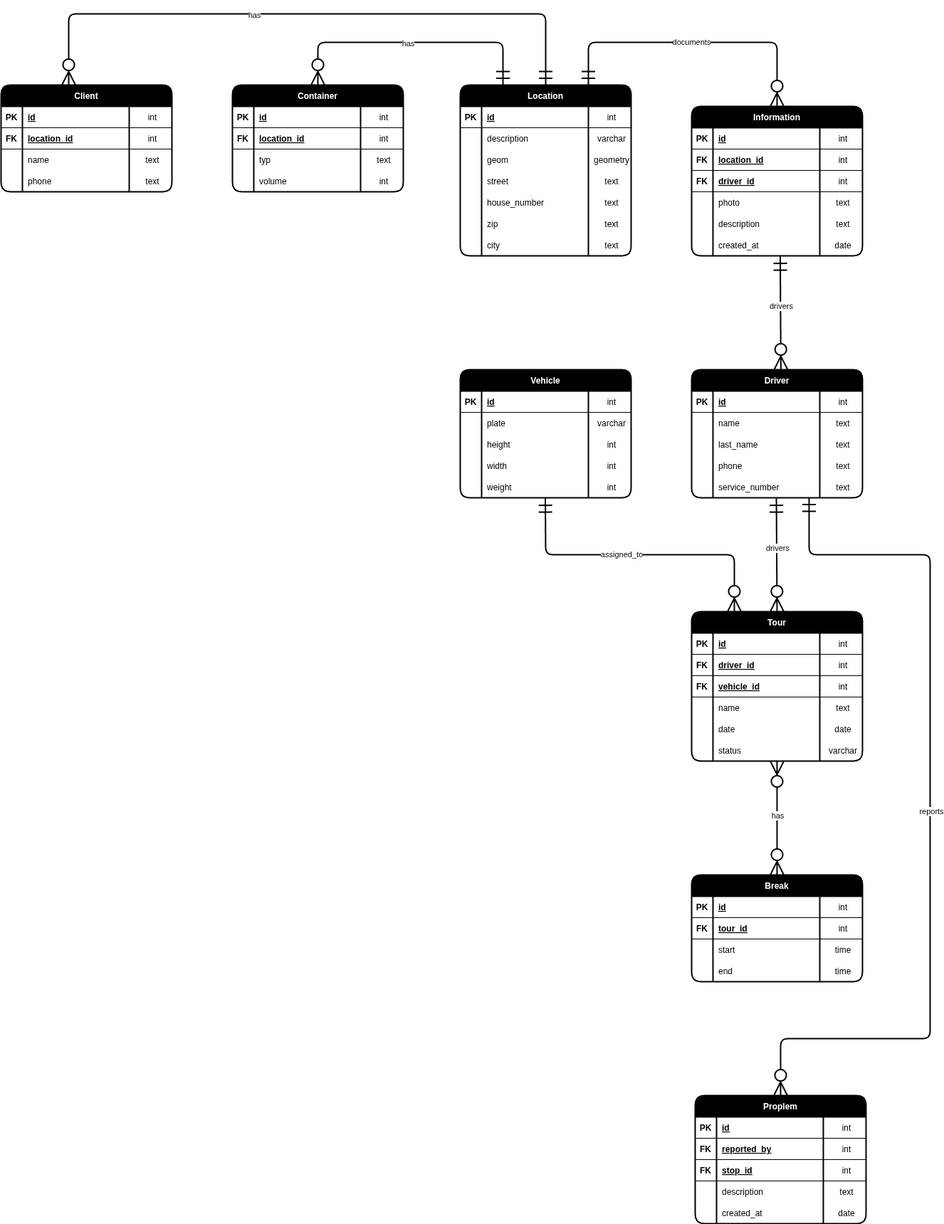
Before: docs/database/erd.drawio.png, a diagram exported from draw.io (gabrielbindi/VoBi-Tour). Source tidied: cells renumbered, new cells last; positions are measured from the earlier drawing's top-left corner, leaving out a move shared by most shapes.
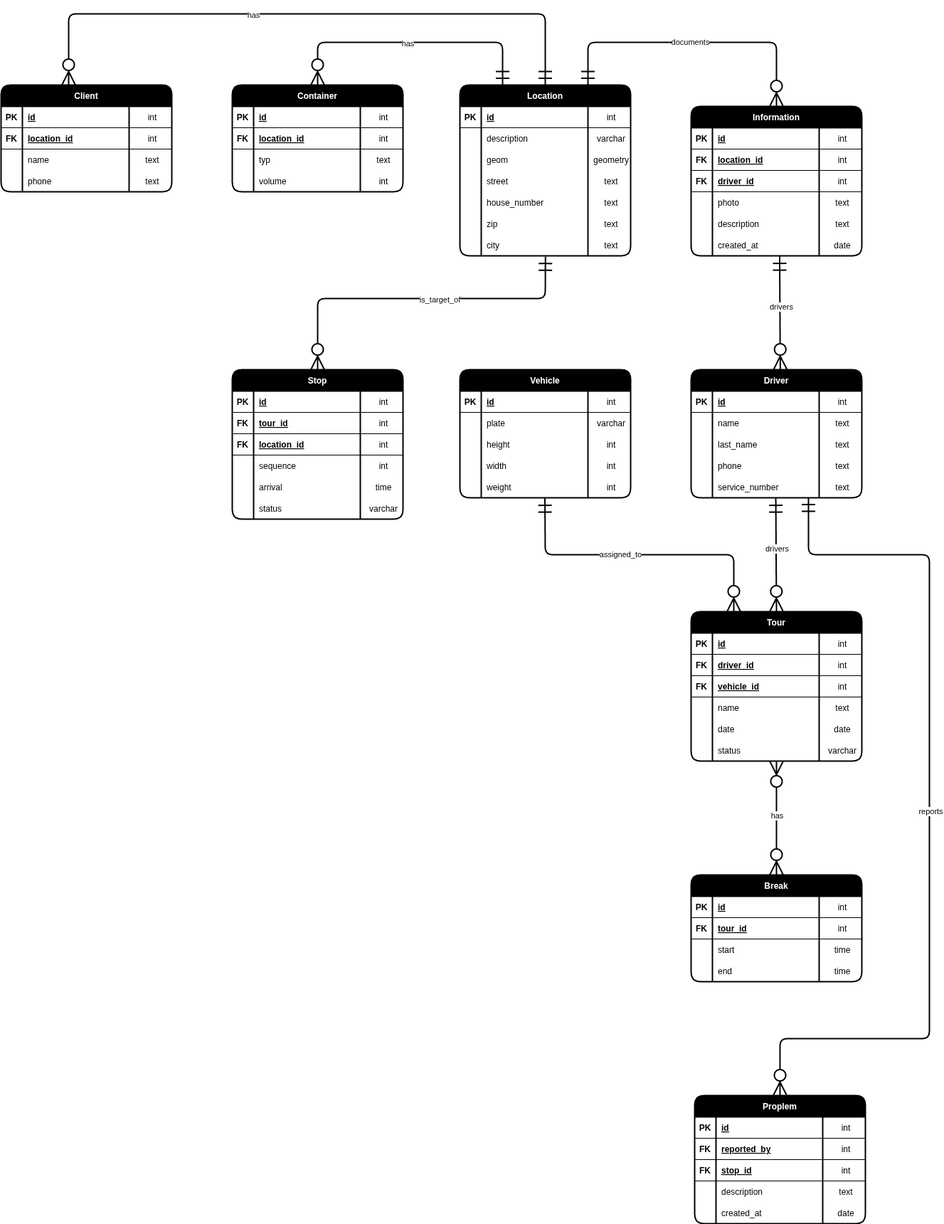
The same file after the commit.

Commit message:
#19 Stop added one to many

The edit, as a diff of the source:
```diff
@@ -670,5 +670,91 @@
         <mxPoint x="-131" as="offset" />
       </mxGeometry>
     </mxCell>
+    <mxCell id="211" value="Stop" style="shape=table;startSize=30;rowLines=0;fontStyle=1;align=center;swimlaneFillColor=none;fillColor=#000000;fontColor=#FFFFFF;strokeWidth=2;rounded=1;" parent="1" vertex="1">
+      <mxGeometry x="325" y="500" width="240" height="210" as="geometry" />
+    </mxCell>
+    <mxCell id="212" style="shape=tableRow;horizontal=0;startSize=0;swimlaneHead=0;swimlaneBody=0;fillColor=none;top=0;left=0;right=0;bottom=1;" parent="211" vertex="1">
+      <mxGeometry y="30" width="240" height="30" as="geometry" />
+    </mxCell>
+    <mxCell id="213" value="PK" style="shape=partialRectangle;fillColor=none;top=0;left=0;bottom=0;right=0;fontStyle=1;overflow=hidden;" parent="212" vertex="1">
+      <mxGeometry width="30" height="30" as="geometry" />
+    </mxCell>
+    <mxCell id="214" value="id" style="shape=partialRectangle;fillColor=none;top=0;left=0;bottom=0;right=0;align=left;spacingLeft=6;fontStyle=5;overflow=hidden;" parent="212" vertex="1">
+      <mxGeometry x="30" width="150" height="30" as="geometry" />
+    </mxCell>
+    <mxCell id="215" value="int" style="shape=partialRectangle;fillColor=none;top=0;left=0;bottom=0;right=0;align=center;spacingLeft=6;fontStyle=0;overflow=hidden;" parent="212" vertex="1">
+      <mxGeometry x="180" width="60" height="30" as="geometry" />
+    </mxCell>
+    <mxCell id="216" style="shape=tableRow;horizontal=0;startSize=0;swimlaneHead=0;swimlaneBody=0;fillColor=none;top=0;left=0;right=0;bottom=1;" parent="211" vertex="1">
+      <mxGeometry y="60" width="240" height="30" as="geometry" />
+    </mxCell>
+    <mxCell id="217" value="FK" style="shape=partialRectangle;fillColor=none;top=0;left=0;bottom=0;right=0;fontStyle=1;overflow=hidden;" parent="216" vertex="1">
+      <mxGeometry width="30" height="30" as="geometry" />
+    </mxCell>
+    <mxCell id="218" value="tour_id" style="shape=partialRectangle;fillColor=none;top=0;left=0;bottom=0;right=0;align=left;spacingLeft=6;fontStyle=5;overflow=hidden;" parent="216" vertex="1">
+      <mxGeometry x="30" width="150" height="30" as="geometry" />
+    </mxCell>
+    <mxCell id="219" value="int" style="shape=partialRectangle;fillColor=none;top=0;left=0;bottom=0;right=0;align=center;spacingLeft=6;fontStyle=0;overflow=hidden;" parent="216" vertex="1">
+      <mxGeometry x="180" width="60" height="30" as="geometry" />
+    </mxCell>
+    <mxCell id="220" style="shape=tableRow;horizontal=0;startSize=0;swimlaneHead=0;swimlaneBody=0;fillColor=none;top=0;left=0;right=0;bottom=1;" parent="211" vertex="1">
+      <mxGeometry y="90" width="240" height="30" as="geometry" />
+    </mxCell>
+    <mxCell id="221" value="FK" style="shape=partialRectangle;fillColor=none;top=0;left=0;bottom=0;right=0;fontStyle=1;overflow=hidden;" parent="220" vertex="1">
+      <mxGeometry width="30" height="30" as="geometry" />
+    </mxCell>
+    <mxCell id="222" value="location_id" style="shape=partialRectangle;fillColor=none;top=0;left=0;bottom=0;right=0;align=left;spacingLeft=6;fontStyle=5;overflow=hidden;" parent="220" vertex="1">
+      <mxGeometry x="30" width="150" height="30" as="geometry" />
+    </mxCell>
+    <mxCell id="223" value="int" style="shape=partialRectangle;fillColor=none;top=0;left=0;bottom=0;right=0;align=center;spacingLeft=6;fontStyle=0;overflow=hidden;" parent="220" vertex="1">
+      <mxGeometry x="180" width="60" height="30" as="geometry" />
+    </mxCell>
+    <mxCell id="224" style="shape=tableRow;horizontal=0;startSize=0;swimlaneHead=0;swimlaneBody=0;fillColor=none;top=0;left=0;right=0;bottom=0;" parent="211" vertex="1">
+      <mxGeometry y="120" width="240" height="30" as="geometry" />
+    </mxCell>
+    <mxCell id="225" style="shape=partialRectangle;fillColor=none;top=0;left=0;bottom=0;right=0;overflow=hidden;" parent="224" vertex="1">
+      <mxGeometry width="30" height="30" as="geometry" />
+    </mxCell>
+    <mxCell id="226" value="sequence" style="shape=partialRectangle;fillColor=none;top=0;left=0;bottom=0;right=0;align=left;spacingLeft=6;overflow=hidden;" parent="224" vertex="1">
+      <mxGeometry x="30" width="150" height="30" as="geometry" />
+    </mxCell>
+    <mxCell id="227" value="int" style="shape=partialRectangle;fillColor=none;top=0;left=0;bottom=0;right=0;align=center;spacingLeft=6;overflow=hidden;" parent="224" vertex="1">
+      <mxGeometry x="180" width="60" height="30" as="geometry" />
+    </mxCell>
+    <mxCell id="228" style="shape=tableRow;horizontal=0;startSize=0;swimlaneHead=0;swimlaneBody=0;fillColor=none;top=0;left=0;right=0;bottom=0;" parent="211" vertex="1">
+      <mxGeometry y="150" width="240" height="30" as="geometry" />
+    </mxCell>
+    <mxCell id="229" style="shape=partialRectangle;fillColor=none;top=0;left=0;bottom=0;right=0;overflow=hidden;" parent="228" vertex="1">
+      <mxGeometry width="30" height="30" as="geometry" />
+    </mxCell>
+    <mxCell id="230" value="arrival" style="shape=partialRectangle;fillColor=none;top=0;left=0;bottom=0;right=0;align=left;spacingLeft=6;overflow=hidden;" parent="228" vertex="1">
+      <mxGeometry x="30" width="150" height="30" as="geometry" />
+    </mxCell>
+    <mxCell id="231" value="time" style="shape=partialRectangle;fillColor=none;top=0;left=0;bottom=0;right=0;align=center;spacingLeft=6;overflow=hidden;" parent="228" vertex="1">
+      <mxGeometry x="180" width="60" height="30" as="geometry" />
+    </mxCell>
+    <mxCell id="232" style="shape=tableRow;horizontal=0;startSize=0;swimlaneHead=0;swimlaneBody=0;fillColor=none;top=0;left=0;right=0;bottom=0;" parent="211" vertex="1">
+      <mxGeometry y="180" width="240" height="30" as="geometry" />
+    </mxCell>
+    <mxCell id="233" style="shape=partialRectangle;fillColor=none;top=0;left=0;bottom=0;right=0;overflow=hidden;" parent="232" vertex="1">
+      <mxGeometry width="30" height="30" as="geometry" />
+    </mxCell>
+    <mxCell id="234" value="status" style="shape=partialRectangle;fillColor=none;top=0;left=0;bottom=0;right=0;align=left;spacingLeft=6;overflow=hidden;" parent="232" vertex="1">
+      <mxGeometry x="30" width="150" height="30" as="geometry" />
+    </mxCell>
+    <mxCell id="235" value="varchar" style="shape=partialRectangle;fillColor=none;top=0;left=0;bottom=0;right=0;align=center;spacingLeft=6;overflow=hidden;" parent="232" vertex="1">
+      <mxGeometry x="180" width="60" height="30" as="geometry" />
+    </mxCell>
+    <mxCell id="236" style="fontSize=12;html=1;endArrow=ERzeroToMany;startArrow=ERmandOne;entryX=0.5;entryY=0;entryDx=0;entryDy=0;endSize=16;startSize=16;targetPerimeterSpacing=0;strokeWidth=2;exitX=0.501;exitY=1.043;exitDx=0;exitDy=0;exitPerimeter=0;" parent="1" edge="1" source="167" target="211">
+      <mxGeometry relative="1" as="geometry">
+        <Array as="points">
+          <mxPoint x="765" y="400" />
+          <mxPoint x="445" y="400" />
+        </Array>
+      </mxGeometry>
+    </mxCell>
+    <mxCell id="237" value="is_target_of" style="edgeLabel;html=1;align=center;verticalAlign=middle;" parent="236" vertex="1">
+      <mxGeometry x="-0.13" y="1" relative="1" as="geometry" />
+    </mxCell>
   </root>
 </mxGraphModel>
```
